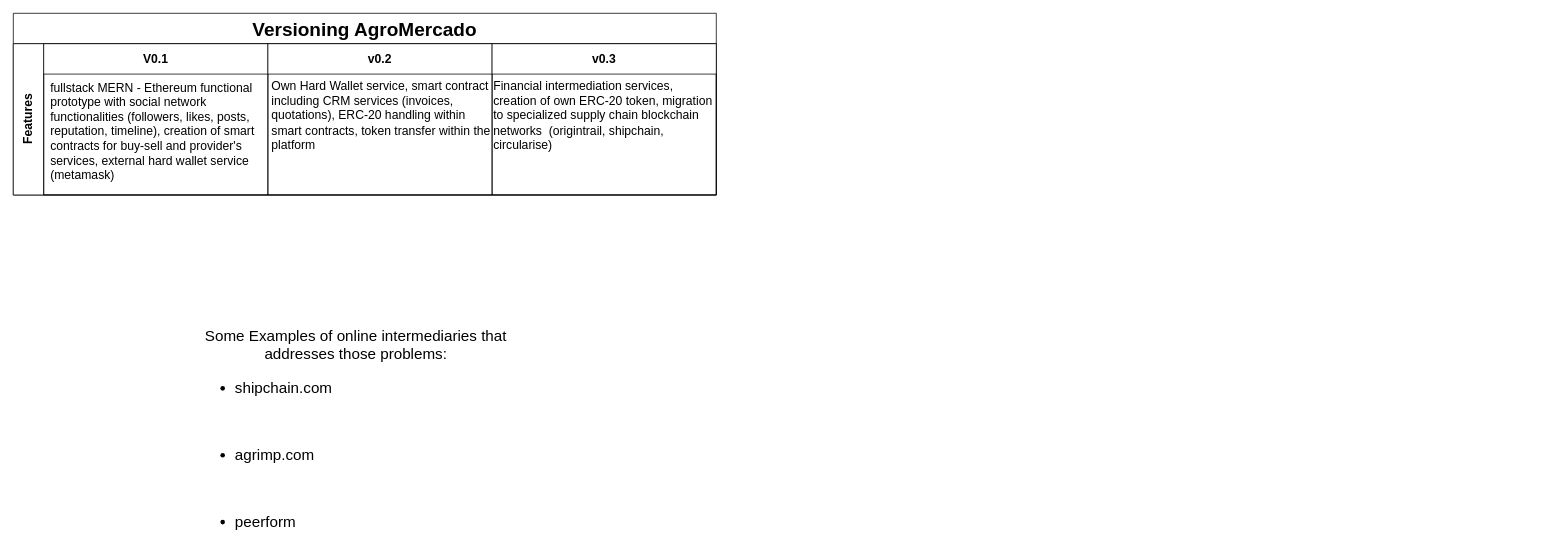
The draw.io diagram page "Page-7" (8 of 8) of supply_chain_diagram.drawio in joselara112/diagrams, before the edit. Source tidied: cells renumbered, new cells numbered last; positions are measured from the earlier drawing's top-left corner, leaving out a move shared by most shapes. Both pictures are drawn from the tidied source at 76%, with x=0, y=0 at pixel (13, 13).
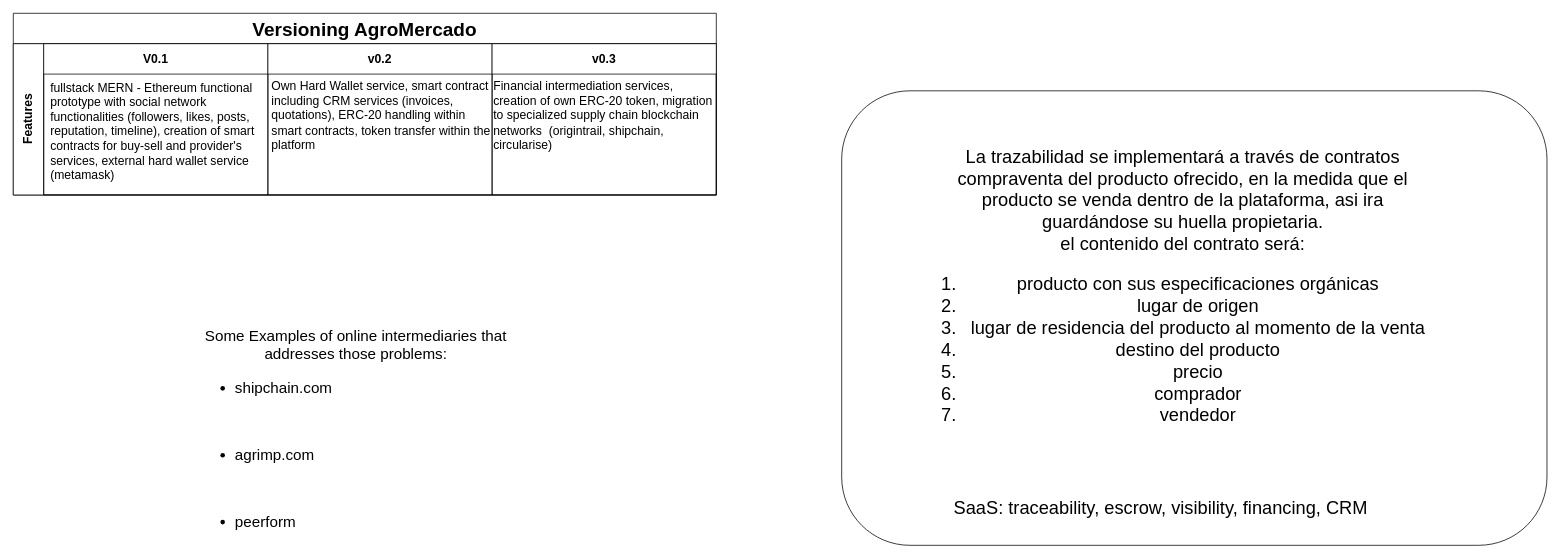
After the change.

What changed in the source:
```diff
@@
 <mxGraphModel>
   <root>
     <mxCell id="0" />
     <mxCell id="1" parent="0" />
     <mxCell id="2" value="&lt;font style=&quot;font-size: 20px&quot;&gt;Some Examples of online intermediaries that addresses those problems:&lt;br&gt;&lt;div style=&quot;text-align: left&quot;&gt;&lt;ul&gt;&lt;li&gt;&lt;div style=&quot;text-align: left&quot;&gt;shipchain.com&lt;/div&gt;&lt;/li&gt;&lt;/ul&gt;&lt;div&gt;&lt;br&gt;&lt;/div&gt;&lt;ul&gt;&lt;li&gt;&lt;font style=&quot;font-size: 20px&quot;&gt;&lt;div style=&quot;text-align: left&quot;&gt;&lt;span&gt;agrimp.com&lt;/span&gt;&lt;/div&gt;&lt;/font&gt;&lt;/li&gt;&lt;/ul&gt;&lt;div&gt;&lt;br&gt;&lt;/div&gt;&lt;ul&gt;&lt;li&gt;&lt;font style=&quot;font-size: 20px&quot;&gt;&lt;div style=&quot;text-align: left&quot;&gt;peerform&lt;/div&gt;&lt;/font&gt;&lt;/li&gt;&lt;/ul&gt;&lt;/div&gt;&lt;/font&gt;" style="text;html=1;strokeColor=none;fillColor=none;align=center;verticalAlign=middle;whiteSpace=wrap;rounded=0;" parent="1" vertex="1">
       <mxGeometry x="251" y="464" width="400" height="183" as="geometry" />
     </mxCell>
     <mxCell id="3" value="Versioning AgroMercado" style="shape=table;childLayout=tableLayout;rowLines=0;columnLines=0;startSize=40;html=1;whiteSpace=wrap;fontStyle=1;align=center;strokeColor=#000000;strokeWidth=1;fillColor=#ffffff;fontSize=25;" parent="1" vertex="1">
       <mxGeometry width="925" height="239.2" as="geometry" />
     </mxCell>
     <mxCell id="4" value="&lt;font style=&quot;font-size: 16px&quot;&gt;Features&lt;/font&gt;" style="swimlane;horizontal=0;startSize=40;html=1;whiteSpace=wrap;fontStyle=1;" parent="3" vertex="1">
       <mxGeometry y="40" width="925" height="199" as="geometry" />
     </mxCell>
     <mxCell id="5" value="&lt;font style=&quot;font-size: 16px&quot;&gt;V0.1&lt;/font&gt;" style="swimlane;startSize=40;html=1;whiteSpace=wrap;" parent="4" vertex="1">
       <mxGeometry x="40" width="295" height="199" as="geometry" />
     </mxCell>
     <mxCell id="6" value="fullstack MERN - Ethereum functional prototype with social network functionalities (followers, likes, posts, reputation, timeline), creation of smart contracts for buy-sell and provider's services, external hard wallet service (metamask)" style="text;strokeColor=none;fillColor=none;align=left;verticalAlign=bottom;whiteSpace=wrap;rounded=0;fontSize=16;spacing=1;horizontal=1;" parent="5" vertex="1">
       <mxGeometry x="8" y="133" width="291" height="51" as="geometry" />
     </mxCell>
     <mxCell id="7" value="&lt;font style=&quot;font-size: 16px&quot;&gt;v0.2&lt;/font&gt;" style="swimlane;startSize=40;html=1;whiteSpace=wrap;" parent="4" vertex="1">
       <mxGeometry x="335" width="295" height="199" as="geometry" />
     </mxCell>
     <mxCell id="8" value="Own Hard Wallet service, smart contract including CRM services (invoices, quotations), ERC-20 handling within smart contracts, token transfer within the platform" style="text;strokeColor=none;fillColor=none;align=left;verticalAlign=bottom;whiteSpace=wrap;rounded=0;fontSize=16;spacing=1;horizontal=1;" parent="7" vertex="1">
       <mxGeometry x="4" y="93" width="291" height="51" as="geometry" />
     </mxCell>
     <mxCell id="9" value="&lt;font style=&quot;font-size: 16px&quot;&gt;v0.3&lt;/font&gt;" style="swimlane;startSize=40;html=1;whiteSpace=wrap;" parent="4" vertex="1">
       <mxGeometry x="630" width="295" height="199" as="geometry" />
     </mxCell>
     <mxCell id="10" value="Financial intermediation services, creation of own ERC-20 token, migration to specialized supply chain blockchain networks  (origintrail, shipchain, circularise)" style="text;strokeColor=none;fillColor=none;align=left;verticalAlign=bottom;whiteSpace=wrap;rounded=0;fontSize=16;spacing=1;horizontal=1;" parent="9" vertex="1">
       <mxGeometry x="1" y="93" width="291" height="51" as="geometry" />
     </mxCell>
+    <mxCell id="11" style="rounded=1;whiteSpace=wrap;html=1;" parent="1" vertex="1">
+      <mxGeometry x="1090" y="102" width="928" height="598" as="geometry" />
+    </mxCell>
+    <mxCell id="12" value="&lt;font style=&quot;font-size: 24px&quot;&gt;SaaS: traceability,&amp;nbsp;escrow, visibility, financing,&amp;nbsp;CRM&lt;br&gt;&lt;/font&gt;" style="text;html=1;strokeColor=none;fillColor=none;align=center;verticalAlign=middle;whiteSpace=wrap;rounded=0;" parent="1" vertex="1">
+      <mxGeometry x="1200" y="622" width="620" height="58" as="geometry" />
+    </mxCell>
+    <mxCell id="13" value="&lt;font style=&quot;font-size: 24px&quot;&gt;La trazabilidad se implementará a través de contratos compraventa del producto ofrecido, en la medida que el producto se venda dentro de la plataforma, asi ira guardándose su huella propietaria.&lt;br&gt;el contenido del contrato será:&lt;br&gt;&lt;ol&gt;&lt;li&gt;&lt;font style=&quot;font-size: 24px&quot;&gt;producto con sus especificaciones orgánicas&lt;/font&gt;&lt;/li&gt;&lt;li&gt;&lt;font style=&quot;font-size: 24px&quot;&gt;lugar de origen&lt;/font&gt;&lt;/li&gt;&lt;li&gt;&lt;font style=&quot;font-size: 24px&quot;&gt;lugar de residencia del producto al momento de la venta&lt;/font&gt;&lt;/li&gt;&lt;li&gt;destino del producto&lt;/li&gt;&lt;li&gt;precio&lt;/li&gt;&lt;li&gt;comprador&lt;/li&gt;&lt;li&gt;vendedor&lt;/li&gt;&lt;/ol&gt;&lt;/font&gt;" style="text;html=1;strokeColor=none;fillColor=none;align=center;verticalAlign=middle;whiteSpace=wrap;rounded=0;" parent="1" vertex="1">
+      <mxGeometry x="1207" y="145" width="664" height="452" as="geometry" />
+    </mxCell>
   </root>
 </mxGraphModel>
```
